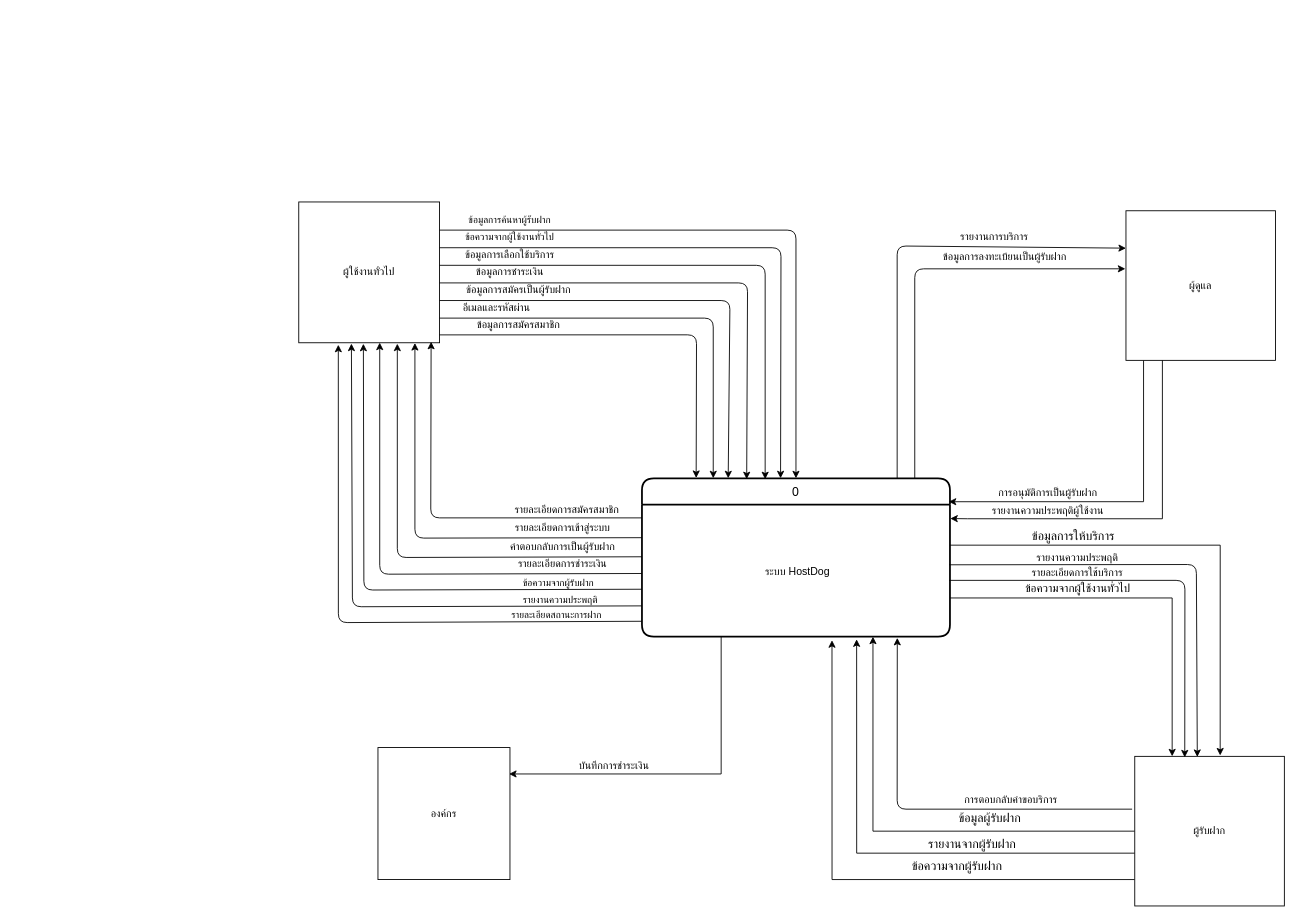
Earlier version of the draw.io diagram page "ContextDiagram V2" (1 of 13) of ProjectProcesses/HostDog_5DFD/dfd.drawio (Hostdogs/Project_Hostdog). Source tidied: cells renumbered, new cells numbered last; positions are measured from the earlier drawing's top-left corner, leaving out a move shared by most shapes. Both pictures are drawn from the tidied source at 88%, with x=0, y=0 at pixel (298, 202).
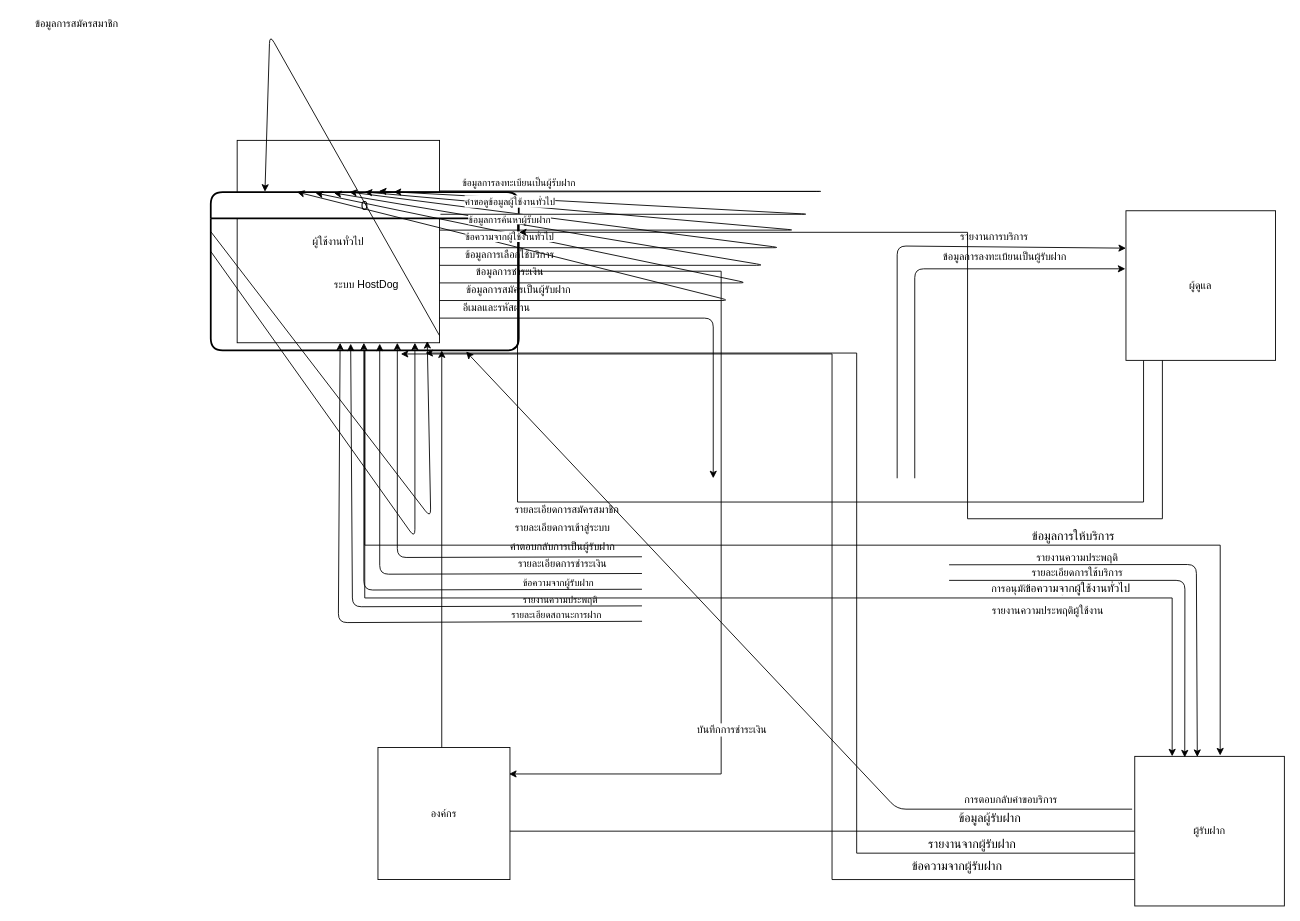
Above is the later version.

Unchanged cells that the change refers to:
```xml
<mxCell id="10" value="ระบบ HostDog" style="align=center;strokeColor=none;fillColor=none;spacingLeft=4;fontSize=12;verticalAlign=middle;" parent="9" vertex="1">
  <mxGeometry y="30" width="350" height="150" as="geometry" />
</mxCell>
```

What changed in the source:
```diff
@@
     <mxCell id="2" value="ผู้ใช้งานทั่วไป" style="whiteSpace=wrap;html=1;align=center;" parent="1" vertex="1">
-      <mxGeometry width="160" height="160" as="geometry" />
+      <mxGeometry x="-70" y="-70" width="230" height="230" as="geometry" />
     </mxCell>
@@
     <mxCell id="9" value="0" style="swimlane;horizontal=1;startSize=30;rounded=1;fontSize=14;fontStyle=0;strokeWidth=2;shadow=0;dashed=0;align=center;" parent="1" vertex="1">
-      <mxGeometry x="390" y="314" width="350" height="180" as="geometry" />
+      <mxGeometry x="-100" y="-11.3" width="350" height="180" as="geometry" />
     </mxCell>
@@
-    <mxCell id="11" style="endArrow=classic;html=1;exitX=0;exitY=0.25;exitDx=0;exitDy=0;entryX=0.94;entryY=0.993;entryDx=0;entryDy=0;entryPerimeter=0;" parent="1" edge="1" source="9" target="2">
+    <mxCell id="11" style="endArrow=classic;html=1;exitX=0;exitY=0.25;exitDx=0;exitDy=0;" parent="1" edge="1" source="9">
       <mxGeometry relative="1" as="geometry">
+        <mxPoint x="146" y="158" as="targetPoint" />
         <Array as="points">
           <mxPoint x="150" y="359" />
         </Array>
       </mxGeometry>
     </mxCell>
@@
-    <mxCell id="13" style="endArrow=classic;html=1;exitX=0;exitY=0.25;exitDx=0;exitDy=0;entryX=0.825;entryY=1.002;entryDx=0;entryDy=0;entryPerimeter=0;" parent="1" edge="1" source="10" target="2">
+    <mxCell id="13" style="endArrow=classic;html=1;exitX=0;exitY=0.25;exitDx=0;exitDy=0;" parent="1" edge="1" source="10">
       <mxGeometry relative="1" as="geometry">
+        <mxPoint x="132" y="160" as="targetPoint" />
         <Array as="points">
           <mxPoint x="132" y="382" />
         </Array>
       </mxGeometry>
     </mxCell>
@@
-    <mxCell id="15" style="endArrow=classic;html=1;exitX=0.999;exitY=0.944;exitDx=0;exitDy=0;exitPerimeter=0;entryX=0.176;entryY=-0.002;entryDx=0;entryDy=0;entryPerimeter=0;" parent="1" edge="1" source="2" target="9">
+    <mxCell id="15" style="endArrow=classic;html=1;entryX=0.176;entryY=-0.002;entryDx=0;entryDy=0;entryPerimeter=0;exitX=1;exitY=0.965;exitDx=0;exitDy=0;exitPerimeter=0;" parent="1" edge="1" source="2" target="9">
       <mxGeometry relative="1" as="geometry">
         <Array as="points">
-          <mxPoint x="452" y="151" />
+          <mxPoint x="-33" y="-190" />
         </Array>
       </mxGeometry>
     </mxCell>
     <mxCell id="16" value="&lt;span style=&quot;background-color: rgb(255 , 255 , 255)&quot;&gt;&lt;font style=&quot;font-size: 12px&quot;&gt;ข้อมูลการสมัครสมาชิก&lt;/font&gt;&lt;/span&gt;" style="text;html=1;strokeColor=none;fillColor=none;align=center;verticalAlign=middle;whiteSpace=wrap;rounded=0;" parent="1" vertex="1">
-      <mxGeometry x="180" y="130" width="140" height="20" as="geometry" />
+      <mxGeometry x="-322" y="-212" width="140" height="20" as="geometry" />
     </mxCell>
@@
     <mxCell id="25" style="endArrow=classic;html=1;exitX=0;exitY=0.25;exitDx=0;exitDy=0;" parent="1" edge="1">
       <mxGeometry relative="1" as="geometry">
         <mxPoint x="390" y="403.2" as="sourcePoint" />
-        <mxPoint x="112" y="161" as="targetPoint" />
+        <mxPoint x="112" y="160" as="targetPoint" />
         <Array as="points">
           <mxPoint x="112" y="404" />
         </Array>
       </mxGeometry>
     </mxCell>
@@
-    <mxCell id="27" style="endArrow=classic;html=1;exitX=0;exitY=0.25;exitDx=0;exitDy=0;entryX=0.575;entryY=0.999;entryDx=0;entryDy=0;entryPerimeter=0;" parent="1" edge="1" target="2">
+    <mxCell id="27" style="endArrow=classic;html=1;exitX=0;exitY=0.25;exitDx=0;exitDy=0;" parent="1" edge="1">
       <mxGeometry relative="1" as="geometry">
         <mxPoint x="390" y="422.2" as="sourcePoint" />
+        <mxPoint x="92" y="161" as="targetPoint" />
         <Array as="points">
           <mxPoint x="92" y="423" />
         </Array>
       </mxGeometry>
     </mxCell>
@@
-    <mxCell id="42" style="endArrow=classic;html=1;exitX=0;exitY=0.25;exitDx=0;exitDy=0;entryX=0.459;entryY=1.007;entryDx=0;entryDy=0;entryPerimeter=0;" parent="1" edge="1" target="2">
+    <mxCell id="42" style="endArrow=classic;html=1;exitX=0;exitY=0.25;exitDx=0;exitDy=0;" parent="1" edge="1">
       <mxGeometry relative="1" as="geometry">
         <mxPoint x="390" y="440.1" as="sourcePoint" />
+        <mxPoint x="74" y="160" as="targetPoint" />
         <Array as="points">
           <mxPoint x="74" y="441" />
         </Array>
       </mxGeometry>
     </mxCell>
@@
-    <mxCell id="49" style="endArrow=classic;html=1;exitX=0;exitY=0.25;exitDx=0;exitDy=0;entryX=0.374;entryY=1.006;entryDx=0;entryDy=0;entryPerimeter=0;" parent="1" edge="1" target="2">
+    <mxCell id="49" style="endArrow=classic;html=1;exitX=0;exitY=0.25;exitDx=0;exitDy=0;" parent="1" edge="1">
       <mxGeometry relative="1" as="geometry">
         <mxPoint x="390" y="459" as="sourcePoint" />
+        <mxPoint x="59" y="161" as="targetPoint" />
         <Array as="points">
           <mxPoint x="61" y="460" />
         </Array>
       </mxGeometry>
     </mxCell>
@@
-    <mxCell id="53" style="endArrow=classic;html=1;exitX=0;exitY=0.25;exitDx=0;exitDy=0;entryX=0.281;entryY=1.014;entryDx=0;entryDy=0;entryPerimeter=0;" parent="1" edge="1" target="2">
+    <mxCell id="53" style="endArrow=classic;html=1;exitX=0;exitY=0.25;exitDx=0;exitDy=0;" parent="1" edge="1">
       <mxGeometry relative="1" as="geometry">
         <mxPoint x="390.1" y="476.5" as="sourcePoint" />
+        <mxPoint x="47" y="160" as="targetPoint" />
         <Array as="points">
           <mxPoint x="45" y="478" />
         </Array>
       </mxGeometry>
     </mxCell>
@@
+    <mxCell id="62" style="endArrow=classic;html=1;fontSize=12;entryX=0.546;entryY=-0.006;entryDx=0;entryDy=0;entryPerimeter=0;" parent="1" edge="1" target="9">
+      <mxGeometry relative="1" as="geometry">
+        <mxPoint x="161" y="14" as="sourcePoint" />
+        <Array as="points">
+          <mxPoint x="581" y="14" />
+        </Array>
+      </mxGeometry>
+    </mxCell>
+    <mxCell id="63" value="&lt;span style=&quot;background-color: rgb(255 , 255 , 255)&quot;&gt;&lt;font style=&quot;font-size: 11px&quot;&gt;คำขอดูข้อมูลผู้ใช้งานทั่วไป&lt;/font&gt;&lt;/span&gt;" style="text;html=1;align=center;verticalAlign=middle;fontSize=12;" parent="1" vertex="1">
+      <mxGeometry x="170" y="-10" width="140" height="20" as="geometry" />
+    </mxCell>
+    <mxCell id="64" style="endArrow=classic;html=1;fontSize=12;entryX=0.594;entryY=0;entryDx=0;entryDy=0;entryPerimeter=0;exitX=1;exitY=0.25;exitDx=0;exitDy=0;" parent="1" edge="1" source="2" target="9">
+      <mxGeometry relative="1" as="geometry">
+        <Array as="points">
+          <mxPoint x="598" y="-12" />
+        </Array>
+      </mxGeometry>
+    </mxCell>
+    <mxCell id="65" value="&lt;span style=&quot;background-color: rgb(255 , 255 , 255)&quot;&gt;&lt;font style=&quot;font-size: 11px&quot;&gt;ข้อมูลการลงทะเบียนเป็นผู้รับฝาก&lt;/font&gt;&lt;/span&gt;" style="text;html=1;align=center;verticalAlign=middle;fontSize=12;" parent="1" vertex="1">
+      <mxGeometry x="170" y="-32" width="160" height="20" as="geometry" />
+    </mxCell>
```
